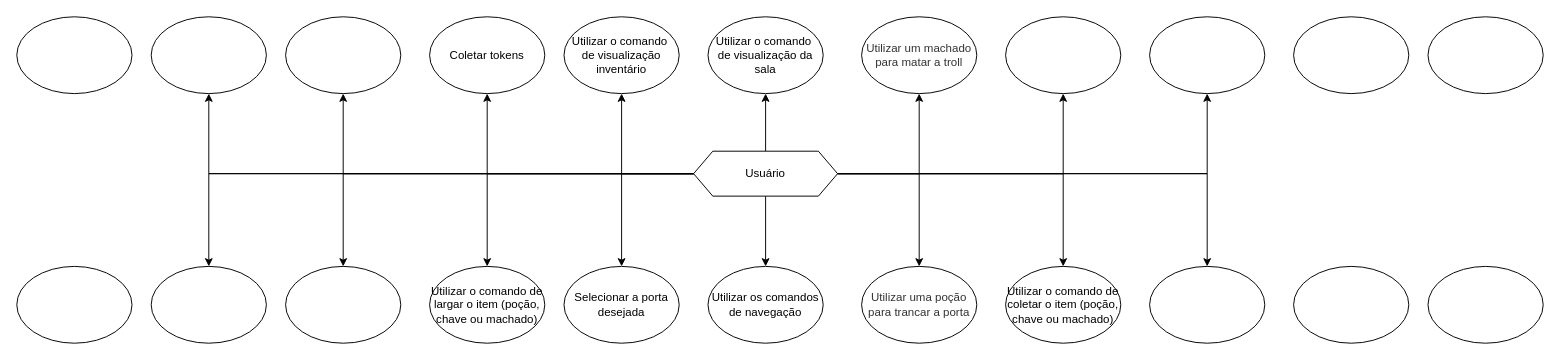
renanreyc/EngenhariaDeSoftware keeps this draw.io diagram as page "Página-2" (2 of 4) of Operacoes.drawio. Above is the earlier version. Source tidied: cells renumbered, new cells numbered last; positions are measured from the earlier drawing's top-left corner, leaving out a move shared by most shapes. Both pictures are drawn from the tidied source at 96%, with x=0, y=0 at pixel (16, 16).
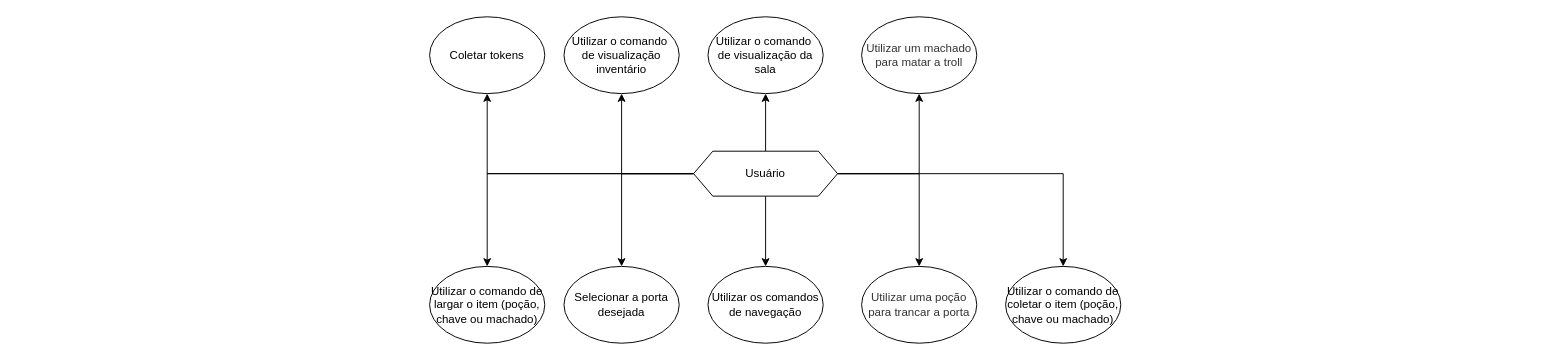
After the change.

The change refers to these unchanged cells:
```xml
<mxCell id="18" value="Usuário" style="shape=hexagon;perimeter=hexagonPerimeter2;whiteSpace=wrap;html=1;fixedSize=1;" parent="1" vertex="1">
  <mxGeometry x="705" y="140" width="150" height="46.8" as="geometry" />
</mxCell>
```

What changed in the source:
```diff
@@
-    <mxCell id="9" style="edgeStyle=orthogonalEdgeStyle;rounded=0;jettySize=auto;html=1;exitX=1;exitY=0.5;exitDx=0;exitDy=0;entryX=0.5;entryY=1;entryDx=0;entryDy=0;" parent="1" edge="1" source="18" target="27">
-      <mxGeometry relative="1" as="geometry" />
-    </mxCell>
-    <mxCell id="10" style="edgeStyle=orthogonalEdgeStyle;rounded=0;jettySize=auto;html=1;exitX=1;exitY=0.5;exitDx=0;exitDy=0;entryX=0.5;entryY=1;entryDx=0;entryDy=0;" parent="1" edge="1" source="18" target="31">
-      <mxGeometry relative="1" as="geometry" />
-    </mxCell>
-    <mxCell id="11" style="edgeStyle=orthogonalEdgeStyle;rounded=0;jettySize=auto;html=1;exitX=1;exitY=0.5;exitDx=0;exitDy=0;entryX=0.5;entryY=0;entryDx=0;entryDy=0;" parent="1" edge="1" source="18" target="32">
-      <mxGeometry relative="1" as="geometry" />
-    </mxCell>
@@
-    <mxCell id="14" style="edgeStyle=orthogonalEdgeStyle;rounded=0;jettySize=auto;html=1;exitX=0;exitY=0.5;exitDx=0;exitDy=0;entryX=0.5;entryY=1;entryDx=0;entryDy=0;" parent="1" edge="1" source="18" target="29">
-      <mxGeometry relative="1" as="geometry" />
-    </mxCell>
-    <mxCell id="15" style="edgeStyle=orthogonalEdgeStyle;rounded=0;jettySize=auto;html=1;exitX=0;exitY=0.5;exitDx=0;exitDy=0;entryX=0.5;entryY=0;entryDx=0;entryDy=0;" parent="1" edge="1" source="18" target="30">
-      <mxGeometry relative="1" as="geometry" />
-    </mxCell>
-    <mxCell id="16" style="edgeStyle=orthogonalEdgeStyle;rounded=0;jettySize=auto;html=1;exitX=0;exitY=0.5;exitDx=0;exitDy=0;entryX=0.5;entryY=1;entryDx=0;entryDy=0;" parent="1" edge="1" source="18" target="35">
-      <mxGeometry relative="1" as="geometry" />
-    </mxCell>
-    <mxCell id="17" style="edgeStyle=orthogonalEdgeStyle;rounded=0;jettySize=auto;html=1;exitX=0;exitY=0.5;exitDx=0;exitDy=0;entryX=0.5;entryY=0;entryDx=0;entryDy=0;" parent="1" edge="1" source="18" target="36">
-      <mxGeometry relative="1" as="geometry" />
-    </mxCell>
@@
-    <mxCell id="27" style="ellipse;whiteSpace=wrap;html=1;" parent="1" vertex="1">
-      <mxGeometry x="1030" width="120" height="80" as="geometry" />
-    </mxCell>
@@
-    <mxCell id="29" style="ellipse;whiteSpace=wrap;html=1;" parent="1" vertex="1">
-      <mxGeometry x="280" width="120" height="80" as="geometry" />
-    </mxCell>
-    <mxCell id="30" style="ellipse;whiteSpace=wrap;html=1;" parent="1" vertex="1">
-      <mxGeometry x="280" y="260" width="120" height="80" as="geometry" />
-    </mxCell>
-    <mxCell id="31" style="ellipse;whiteSpace=wrap;html=1;" parent="1" vertex="1">
-      <mxGeometry x="1180" width="120" height="80" as="geometry" />
-    </mxCell>
-    <mxCell id="32" style="ellipse;whiteSpace=wrap;html=1;" parent="1" vertex="1">
-      <mxGeometry x="1180" y="260" width="120" height="80" as="geometry" />
-    </mxCell>
-    <mxCell id="33" style="ellipse;whiteSpace=wrap;html=1;" parent="1" vertex="1">
-      <mxGeometry x="1330" width="120" height="80" as="geometry" />
-    </mxCell>
-    <mxCell id="34" style="ellipse;whiteSpace=wrap;html=1;" parent="1" vertex="1">
-      <mxGeometry x="1330" y="260" width="120" height="80" as="geometry" />
-    </mxCell>
-    <mxCell id="35" style="ellipse;whiteSpace=wrap;html=1;" parent="1" vertex="1">
-      <mxGeometry x="140" width="120" height="80" as="geometry" />
-    </mxCell>
-    <mxCell id="36" style="ellipse;whiteSpace=wrap;html=1;" parent="1" vertex="1">
-      <mxGeometry x="140" y="260" width="120" height="80" as="geometry" />
-    </mxCell>
-    <mxCell id="37" style="ellipse;whiteSpace=wrap;html=1;" parent="1" vertex="1">
-      <mxGeometry x="1470" width="120" height="80" as="geometry" />
-    </mxCell>
-    <mxCell id="38" style="ellipse;whiteSpace=wrap;html=1;" parent="1" vertex="1">
-      <mxGeometry x="1470" y="260" width="120" height="80" as="geometry" />
-    </mxCell>
-    <mxCell id="39" style="ellipse;whiteSpace=wrap;html=1;" parent="1" vertex="1">
-      <mxGeometry width="120" height="80" as="geometry" />
-    </mxCell>
-    <mxCell id="40" style="ellipse;whiteSpace=wrap;html=1;" parent="1" vertex="1">
-      <mxGeometry y="260" width="120" height="80" as="geometry" />
-    </mxCell>
```
